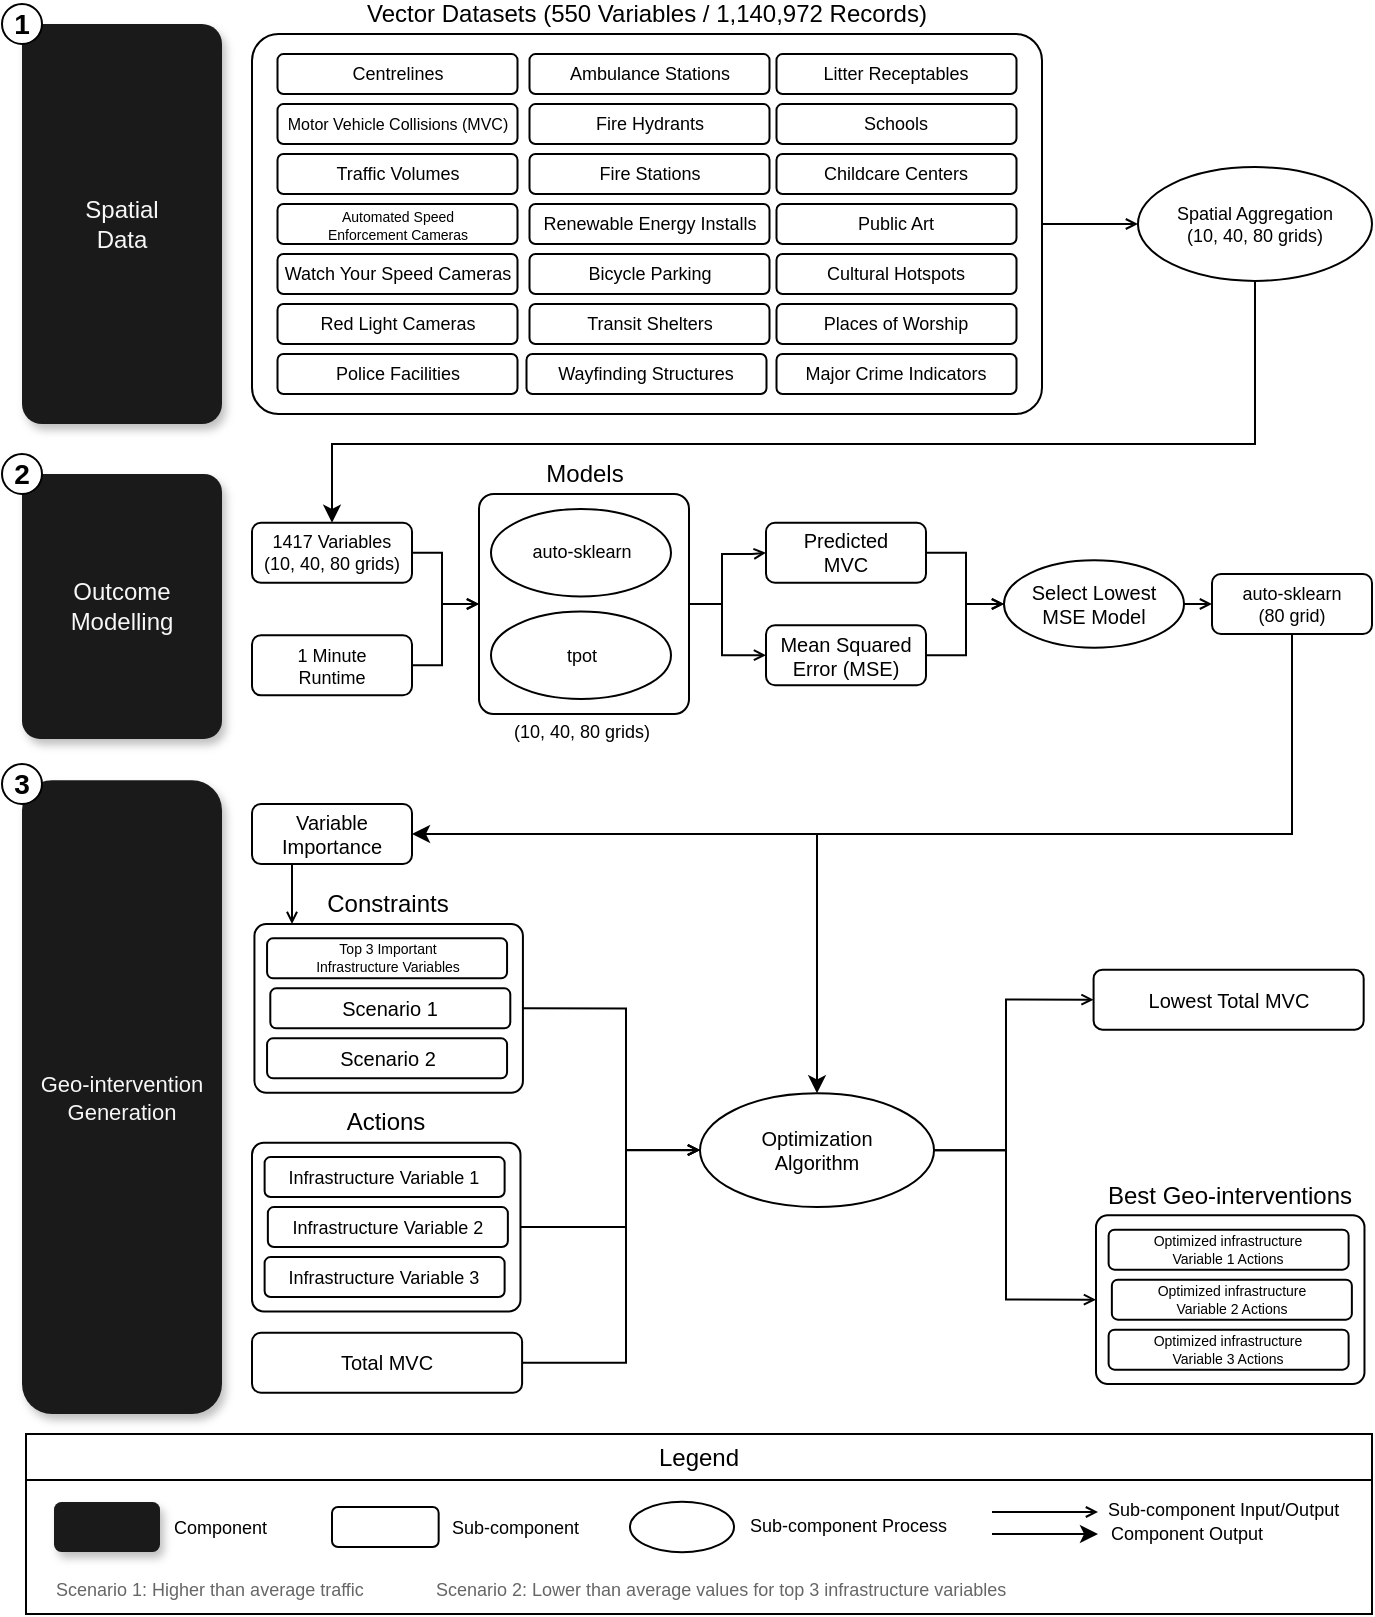
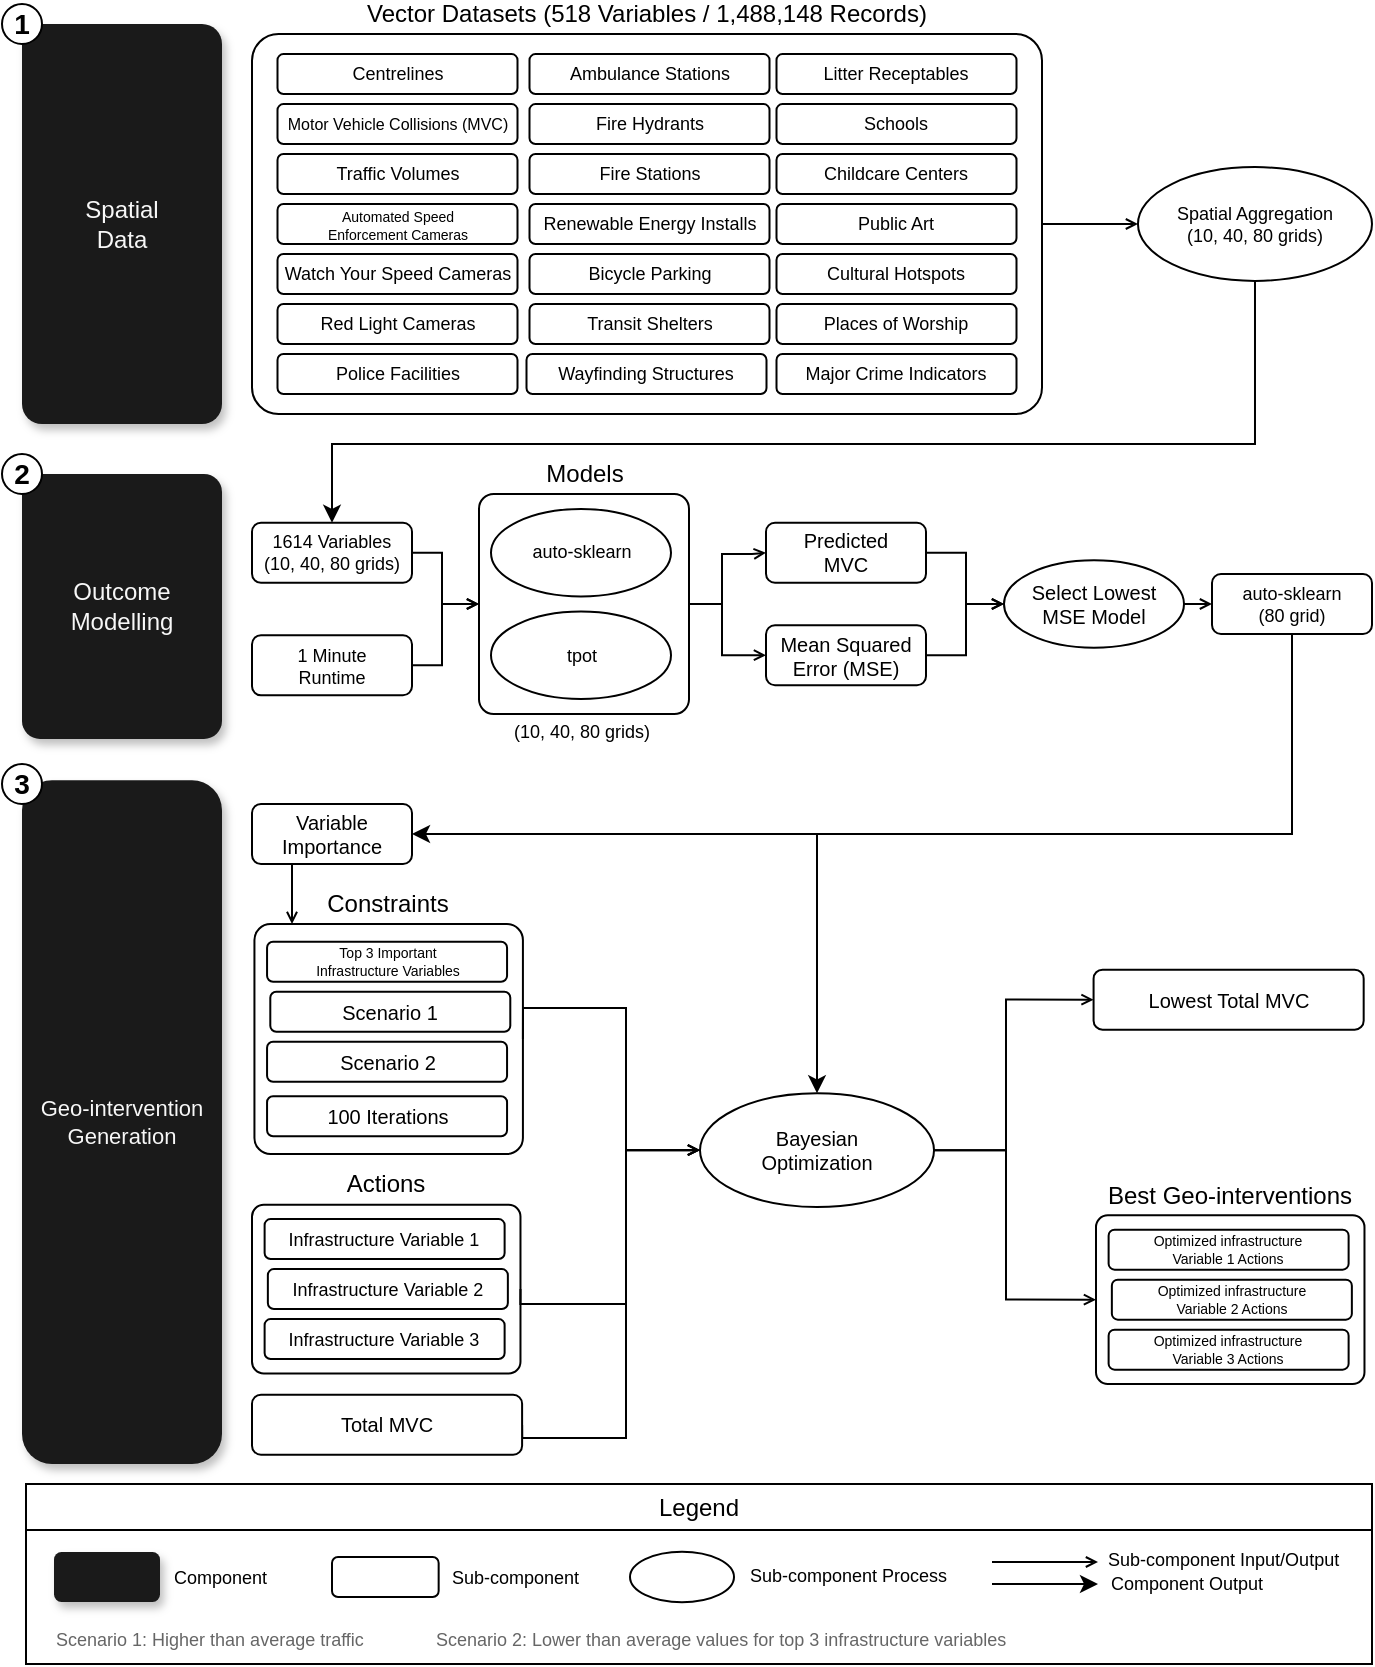
<mxfile host="Electron" agent="Mozilla/5.0 (Macintosh; Intel Mac OS X 10_15_7) AppleWebKit/537.36 (KHTML, like Gecko) draw.io/25.0.2 Chrome/128.0.6613.186 Electron/32.2.5 Safari/537.36" version="25.0.2">
  <diagram name="Page-1" id="8gdRkE0yfgIarTRspHVS">
-     <mxGraphModel dx="1406" dy="940" grid="1" gridSize="5" guides="1" tooltips="1" connect="1" arrows="1" fold="1" page="1" pageScale="1" pageWidth="700" pageHeight="825" math="1" shadow="0">
+     <mxGraphModel dx="2074" dy="1154" grid="1" gridSize="5" guides="1" tooltips="1" connect="1" arrows="1" fold="1" page="1" pageScale="1" pageWidth="700" pageHeight="850" math="1" shadow="0">
      <root>
        <mxCell id="0" />
        <mxCell id="1" parent="0" />
        <mxCell id="H4vYK6OcZFrmIF_h3pnX-27" value="Models" style="rounded=1;whiteSpace=wrap;html=1;glass=0;fillColor=none;verticalAlign=top;spacing=0;spacingTop=-22;align=center;fontColor=#000000;strokeColor=#000000;spacingRight=0;spacingLeft=0;arcSize=7;" vertex="1" parent="1">
          <mxGeometry x="246.5" y="255" width="105" height="110" as="geometry" />
        </mxCell>
-         <mxCell id="zVcd5So7Ncbx6f7flit7-27" value="1417 Variables&lt;div&gt;(10, 40, 80 grids)&lt;/div&gt;" style="rounded=1;whiteSpace=wrap;html=1;fontSize=9;" parent="1" vertex="1">
+         <mxCell id="zVcd5So7Ncbx6f7flit7-27" value="1614 Variables&lt;div&gt;(10, 40, 80 grids)&lt;/div&gt;" style="rounded=1;whiteSpace=wrap;html=1;fontSize=9;" parent="1" vertex="1">
          <mxGeometry x="133" y="269.38" width="80" height="30" as="geometry" />
        </mxCell>
        <mxCell id="zVcd5So7Ncbx6f7flit7-28" value="1 Minute&lt;div&gt;Runtime&lt;/div&gt;" style="rounded=1;whiteSpace=wrap;html=1;strokeColor=#000000;fontColor=#000000;fontSize=9;" parent="1" vertex="1">
          <mxGeometry x="133" y="325.62" width="80" height="30" as="geometry" />
        </mxCell>
        <mxCell id="zVcd5So7Ncbx6f7flit7-45" style="edgeStyle=orthogonalEdgeStyle;rounded=0;orthogonalLoop=1;jettySize=auto;html=1;entryX=0;entryY=0.5;entryDx=0;entryDy=0;endArrow=open;endFill=0;endSize=4;startSize=4;exitX=1;exitY=0.5;exitDx=0;exitDy=0;" parent="1" source="H4vYK6OcZFrmIF_h3pnX-27" target="zVcd5So7Ncbx6f7flit7-31" edge="1">
          <mxGeometry relative="1" as="geometry">
            <Array as="points">
              <mxPoint x="368" y="310" />
              <mxPoint x="368" y="285" />
              <mxPoint x="383" y="285" />
            </Array>
          </mxGeometry>
        </mxCell>
        <mxCell id="Uf6OMud8qKE22yOZLW_d-1" style="edgeStyle=orthogonalEdgeStyle;rounded=0;orthogonalLoop=1;jettySize=auto;html=1;entryX=0;entryY=0.5;entryDx=0;entryDy=0;endArrow=open;endFill=0;endSize=4;startSize=4;exitX=1;exitY=0.5;exitDx=0;exitDy=0;" parent="1" source="H4vYK6OcZFrmIF_h3pnX-27" target="zVcd5So7Ncbx6f7flit7-46" edge="1">
          <mxGeometry relative="1" as="geometry">
            <Array as="points">
              <mxPoint x="368" y="310" />
              <mxPoint x="368" y="336" />
            </Array>
          </mxGeometry>
        </mxCell>
        <mxCell id="zVcd5So7Ncbx6f7flit7-30" value="auto-sklearn" style="ellipse;whiteSpace=wrap;html=1;fontColor=#000000;strokeColor=#000000;fontSize=9;" parent="1" vertex="1">
          <mxGeometry x="252.5" y="262.51" width="90" height="43.75" as="geometry" />
        </mxCell>
        <mxCell id="zVcd5So7Ncbx6f7flit7-49" style="edgeStyle=orthogonalEdgeStyle;rounded=0;orthogonalLoop=1;jettySize=auto;html=1;entryX=0;entryY=0.5;entryDx=0;entryDy=0;endArrow=open;endFill=0;endSize=4;startSize=4;" parent="1" source="zVcd5So7Ncbx6f7flit7-31" target="zVcd5So7Ncbx6f7flit7-33" edge="1">
          <mxGeometry relative="1" as="geometry" />
        </mxCell>
        <mxCell id="H4vYK6OcZFrmIF_h3pnX-34" value="Constraints" style="rounded=1;whiteSpace=wrap;html=1;glass=0;fillColor=none;verticalAlign=top;spacing=0;spacingTop=-22;align=center;fontColor=#000000;strokeColor=#000000;spacingRight=0;spacingLeft=0;arcSize=7;labelBackgroundColor=none;" vertex="1" parent="1">
-           <mxGeometry x="134.22" y="470" width="134.24" height="84.36" as="geometry" />
+           <mxGeometry x="134.22" y="470" width="134.24" height="115" as="geometry" />
        </mxCell>
        <mxCell id="zVcd5So7Ncbx6f7flit7-31" value="Predicted&lt;div&gt;MVC&lt;/div&gt;" style="rounded=1;whiteSpace=wrap;html=1;fontSize=10;" parent="1" vertex="1">
          <mxGeometry x="390" y="269.38" width="80" height="30" as="geometry" />
        </mxCell>
        <mxCell id="zVcd5So7Ncbx6f7flit7-33" value="Select Lowest&lt;div&gt;MSE Model&lt;/div&gt;" style="ellipse;whiteSpace=wrap;html=1;fontColor=#000000;strokeColor=#000000;fontSize=10;" parent="1" vertex="1">
          <mxGeometry x="509" y="288.12" width="90" height="43.75" as="geometry" />
        </mxCell>
-         <mxCell id="zVcd5So7Ncbx6f7flit7-8" value="Vector Datasets (550 Variables / 1,140,972 Records)" style="rounded=1;whiteSpace=wrap;html=1;glass=0;fillColor=none;verticalAlign=top;spacing=0;spacingTop=-22;align=center;fontColor=#000000;strokeColor=#000000;spacingRight=0;spacingLeft=0;arcSize=7;" parent="1" vertex="1">
+         <mxCell id="zVcd5So7Ncbx6f7flit7-8" value="Vector Datasets (518 Variables / 1,488,148 Records)" style="rounded=1;whiteSpace=wrap;html=1;glass=0;fillColor=none;verticalAlign=top;spacing=0;spacingTop=-22;align=center;fontColor=#000000;strokeColor=#000000;spacingRight=0;spacingLeft=0;arcSize=7;" parent="1" vertex="1">
          <mxGeometry x="133" y="25" width="395" height="190" as="geometry" />
        </mxCell>
        <mxCell id="zVcd5So7Ncbx6f7flit7-48" style="edgeStyle=orthogonalEdgeStyle;rounded=0;orthogonalLoop=1;jettySize=auto;html=1;entryX=0.5;entryY=0;entryDx=0;entryDy=0;fontColor=#000000;exitX=0.5;exitY=1;exitDx=0;exitDy=0;" parent="1" source="zVcd5So7Ncbx6f7flit7-22" target="zVcd5So7Ncbx6f7flit7-27" edge="1">
          <mxGeometry relative="1" as="geometry">
            <Array as="points">
              <mxPoint x="635" y="230" />
              <mxPoint x="173" y="230" />
            </Array>
          </mxGeometry>
        </mxCell>
        <mxCell id="zVcd5So7Ncbx6f7flit7-22" value="Spatial Aggregation&lt;div&gt;(10, 40, 80 grids)&lt;/div&gt;" style="ellipse;whiteSpace=wrap;html=1;fontColor=#000000;strokeColor=#000000;fontSize=9;aspect=fixed;" parent="1" vertex="1">
          <mxGeometry x="575.99" y="91.56" width="117.01" height="56.88" as="geometry" />
        </mxCell>
        <mxCell id="zVcd5So7Ncbx6f7flit7-25" style="edgeStyle=orthogonalEdgeStyle;rounded=0;orthogonalLoop=1;jettySize=auto;html=1;entryX=0;entryY=0.5;entryDx=0;entryDy=0;fontColor=#000000;strokeColor=#000000;endArrow=open;endFill=0;endSize=4;startSize=4;" parent="1" source="zVcd5So7Ncbx6f7flit7-8" target="zVcd5So7Ncbx6f7flit7-22" edge="1">
          <mxGeometry relative="1" as="geometry" />
        </mxCell>
        <mxCell id="zVcd5So7Ncbx6f7flit7-46" value="Mean Squared Error (MSE)" style="rounded=1;whiteSpace=wrap;html=1;fontSize=10;fontColor=#000000;strokeColor=#000000;" parent="1" vertex="1">
          <mxGeometry x="390" y="320.62" width="80" height="30" as="geometry" />
        </mxCell>
        <mxCell id="zVcd5So7Ncbx6f7flit7-59" style="edgeStyle=orthogonalEdgeStyle;rounded=0;orthogonalLoop=1;jettySize=auto;html=1;entryX=0.5;entryY=0;entryDx=0;entryDy=0;endArrow=classic;endFill=1;" parent="1" source="zVcd5So7Ncbx6f7flit7-47" target="zVcd5So7Ncbx6f7flit7-55" edge="1">
          <mxGeometry relative="1" as="geometry">
            <Array as="points">
              <mxPoint x="653" y="425" />
              <mxPoint x="415" y="425" />
            </Array>
          </mxGeometry>
        </mxCell>
        <mxCell id="zVcd5So7Ncbx6f7flit7-64" style="edgeStyle=orthogonalEdgeStyle;rounded=0;orthogonalLoop=1;jettySize=auto;html=1;entryX=1;entryY=0.5;entryDx=0;entryDy=0;strokeColor=#000000;endArrow=classic;endFill=1;" parent="1" source="zVcd5So7Ncbx6f7flit7-47" target="zVcd5So7Ncbx6f7flit7-54" edge="1">
          <mxGeometry relative="1" as="geometry">
            <Array as="points">
              <mxPoint x="653" y="425" />
            </Array>
          </mxGeometry>
        </mxCell>
        <mxCell id="zVcd5So7Ncbx6f7flit7-47" value="auto-sklearn&lt;div&gt;(80 grid)&lt;/div&gt;" style="rounded=1;whiteSpace=wrap;html=1;fontSize=9;" parent="1" vertex="1">
          <mxGeometry x="613" y="295" width="80" height="30" as="geometry" />
        </mxCell>
        <mxCell id="zVcd5So7Ncbx6f7flit7-50" style="edgeStyle=orthogonalEdgeStyle;rounded=0;orthogonalLoop=1;jettySize=auto;html=1;entryX=0;entryY=0.5;entryDx=0;entryDy=0;strokeColor=#000000;endArrow=open;endFill=0;endSize=4;startSize=4;fontColor=#000000;" parent="1" source="zVcd5So7Ncbx6f7flit7-46" target="zVcd5So7Ncbx6f7flit7-33" edge="1">
          <mxGeometry relative="1" as="geometry" />
        </mxCell>
        <mxCell id="zVcd5So7Ncbx6f7flit7-60" style="edgeStyle=orthogonalEdgeStyle;rounded=0;orthogonalLoop=1;jettySize=auto;html=1;endArrow=open;endFill=0;endSize=4;startSize=4;exitX=1;exitY=0.5;exitDx=0;exitDy=0;entryX=0;entryY=0.5;entryDx=0;entryDy=0;" parent="1" source="H4vYK6OcZFrmIF_h3pnX-57" target="zVcd5So7Ncbx6f7flit7-55" edge="1">
          <mxGeometry relative="1" as="geometry">
            <mxPoint x="285.24" y="619.1" as="sourcePoint" />
            <mxPoint x="410" y="610" as="targetPoint" />
            <Array as="points">
-               <mxPoint x="320" y="622" />
+               <mxPoint x="320" y="660" />
              <mxPoint x="320" y="583" />
-               <mxPoint x="357" y="583" />
            </Array>
          </mxGeometry>
        </mxCell>
        <mxCell id="zVcd5So7Ncbx6f7flit7-62" style="edgeStyle=orthogonalEdgeStyle;rounded=0;orthogonalLoop=1;jettySize=auto;html=1;entryX=0;entryY=0.5;entryDx=0;entryDy=0;endArrow=open;endFill=0;endSize=4;startSize=4;exitX=1;exitY=0.5;exitDx=0;exitDy=0;" parent="1" source="H4vYK6OcZFrmIF_h3pnX-34" target="zVcd5So7Ncbx6f7flit7-55" edge="1">
          <mxGeometry relative="1" as="geometry">
            <Array as="points">
              <mxPoint x="320" y="512" />
              <mxPoint x="320" y="583" />
              <mxPoint x="357" y="583" />
            </Array>
          </mxGeometry>
        </mxCell>
        <mxCell id="zVcd5So7Ncbx6f7flit7-63" style="edgeStyle=orthogonalEdgeStyle;rounded=0;orthogonalLoop=1;jettySize=auto;html=1;fontColor=#000000;strokeColor=#000000;endArrow=open;endFill=0;endSize=4;startSize=4;exitX=0.25;exitY=1;exitDx=0;exitDy=0;" parent="1" source="zVcd5So7Ncbx6f7flit7-54" edge="1">
          <mxGeometry relative="1" as="geometry">
            <mxPoint x="155" y="450" as="sourcePoint" />
            <mxPoint x="153" y="470" as="targetPoint" />
            <Array as="points">
              <mxPoint x="153" y="470" />
            </Array>
          </mxGeometry>
        </mxCell>
        <mxCell id="zVcd5So7Ncbx6f7flit7-54" value="&lt;div&gt;Variable Importance&lt;/div&gt;" style="rounded=1;whiteSpace=wrap;html=1;strokeColor=#000000;fontColor=#000000;fontSize=10;" parent="1" vertex="1">
          <mxGeometry x="133" y="410" width="80" height="30" as="geometry" />
        </mxCell>
        <mxCell id="zVcd5So7Ncbx6f7flit7-66" style="edgeStyle=orthogonalEdgeStyle;rounded=0;orthogonalLoop=1;jettySize=auto;html=1;entryX=0;entryY=0.5;entryDx=0;entryDy=0;endArrow=open;endFill=0;endSize=4;startSize=4;exitX=1;exitY=0.5;exitDx=0;exitDy=0;" parent="1" source="zVcd5So7Ncbx6f7flit7-55" target="H4vYK6OcZFrmIF_h3pnX-66" edge="1">
          <mxGeometry relative="1" as="geometry">
            <mxPoint x="559" y="515" as="targetPoint" />
            <Array as="points">
              <mxPoint x="510" y="583" />
              <mxPoint x="510" y="508" />
            </Array>
          </mxGeometry>
        </mxCell>
        <mxCell id="zVcd5So7Ncbx6f7flit7-67" style="edgeStyle=orthogonalEdgeStyle;rounded=0;orthogonalLoop=1;jettySize=auto;html=1;entryX=0;entryY=0.5;entryDx=0;entryDy=0;endArrow=open;endFill=0;endSize=4;startSize=4;exitX=1;exitY=0.5;exitDx=0;exitDy=0;" parent="1" source="zVcd5So7Ncbx6f7flit7-55" target="H4vYK6OcZFrmIF_h3pnX-62" edge="1">
          <mxGeometry relative="1" as="geometry">
            <mxPoint x="559" y="625.96" as="targetPoint" />
            <Array as="points">
              <mxPoint x="510" y="583" />
              <mxPoint x="510" y="658" />
            </Array>
          </mxGeometry>
        </mxCell>
-         <mxCell id="zVcd5So7Ncbx6f7flit7-55" value="Optimization&lt;div&gt;Algorithm&lt;/div&gt;" style="ellipse;whiteSpace=wrap;html=1;fontColor=#000000;strokeColor=#000000;fontSize=10;" parent="1" vertex="1">
+         <mxCell id="zVcd5So7Ncbx6f7flit7-55" value="Bayesian&lt;div&gt;Optimization&lt;/div&gt;" style="ellipse;whiteSpace=wrap;html=1;fontColor=#000000;strokeColor=#000000;fontSize=10;" parent="1" vertex="1">
          <mxGeometry x="357" y="554.66" width="117.01" height="56.88" as="geometry" />
        </mxCell>
        <mxCell id="zVcd5So7Ncbx6f7flit7-65" style="edgeStyle=orthogonalEdgeStyle;rounded=0;orthogonalLoop=1;jettySize=auto;html=1;entryX=0;entryY=0.5;entryDx=0;entryDy=0;endArrow=open;endFill=0;endSize=4;startSize=4;exitX=1;exitY=0.5;exitDx=0;exitDy=0;" parent="1" source="H4vYK6OcZFrmIF_h3pnX-61" target="zVcd5So7Ncbx6f7flit7-55" edge="1">
          <mxGeometry relative="1" as="geometry">
            <mxPoint x="297.07000000000005" y="683.46" as="sourcePoint" />
            <Array as="points">
-               <mxPoint x="320" y="689" />
+               <mxPoint x="320" y="727" />
              <mxPoint x="320" y="583" />
            </Array>
          </mxGeometry>
        </mxCell>
        <mxCell id="zVcd5So7Ncbx6f7flit7-68" value="Spatial&lt;div&gt;Data&lt;/div&gt;" style="rounded=1;whiteSpace=wrap;html=1;fillColor=#1A1A1A;strokeColor=none;shadow=1;fontColor=#F7F7F7;arcSize=10;" parent="1" vertex="1">
          <mxGeometry x="18" y="20" width="100" height="200" as="geometry" />
        </mxCell>
        <mxCell id="zVcd5So7Ncbx6f7flit7-69" value="Outcome&lt;div&gt;Modelling&lt;/div&gt;" style="rounded=1;whiteSpace=wrap;html=1;fillColor=#1A1A1A;strokeColor=none;shadow=1;fontColor=#F7F7F7;arcSize=9;" parent="1" vertex="1">
          <mxGeometry x="18" y="245" width="100" height="132.49" as="geometry" />
        </mxCell>
        <mxCell id="zVcd5So7Ncbx6f7flit7-70" value="1" style="ellipse;whiteSpace=wrap;html=1;aspect=fixed;fontStyle=1;fontSize=14;strokeWidth=1;" parent="1" vertex="1">
          <mxGeometry x="8" y="10" width="20" height="20" as="geometry" />
        </mxCell>
        <mxCell id="zVcd5So7Ncbx6f7flit7-71" value="2" style="ellipse;whiteSpace=wrap;html=1;aspect=fixed;fontStyle=1;fontSize=14;strokeWidth=1;" parent="1" vertex="1">
          <mxGeometry x="8" y="235" width="20" height="20" as="geometry" />
        </mxCell>
        <mxCell id="zVcd5So7Ncbx6f7flit7-72" value="Geo-intervention&lt;div&gt;Generation&lt;/div&gt;" style="rounded=1;whiteSpace=wrap;html=1;fillColor=#1A1A1A;strokeColor=none;shadow=1;fontColor=#F7F7F7;rotation=0;fontSize=11;" parent="1" vertex="1">
-           <mxGeometry x="18" y="398.13" width="100" height="316.87" as="geometry" />
+           <mxGeometry x="18" y="398.13" width="100" height="341.87" as="geometry" />
        </mxCell>
        <mxCell id="zVcd5So7Ncbx6f7flit7-73" value="3" style="ellipse;whiteSpace=wrap;html=1;aspect=fixed;fontStyle=1;fontSize=14;strokeWidth=1;" parent="1" vertex="1">
          <mxGeometry x="8" y="390" width="20" height="20" as="geometry" />
        </mxCell>
        <mxCell id="zVcd5So7Ncbx6f7flit7-83" value="" style="rounded=0;whiteSpace=wrap;html=1;" parent="1" vertex="1">
-           <mxGeometry x="20" y="745" width="673" height="70" as="geometry" />
+           <mxGeometry x="20" y="770" width="673" height="70" as="geometry" />
        </mxCell>
        <mxCell id="zVcd5So7Ncbx6f7flit7-108" value="Legend" style="rounded=0;whiteSpace=wrap;html=1;" parent="1" vertex="1">
-           <mxGeometry x="20" y="725" width="673" height="23" as="geometry" />
+           <mxGeometry x="20" y="750" width="673" height="23" as="geometry" />
        </mxCell>
        <mxCell id="H4vYK6OcZFrmIF_h3pnX-1" value="Centrelines" style="rounded=1;whiteSpace=wrap;html=1;fontSize=9;" vertex="1" parent="1">
          <mxGeometry x="145.75" y="35.040000000000006" width="120" height="20" as="geometry" />
        </mxCell>
        <mxCell id="H4vYK6OcZFrmIF_h3pnX-2" value="Motor Vehicle Collisions (MVC)" style="rounded=1;whiteSpace=wrap;html=1;fontSize=8;" vertex="1" parent="1">
          <mxGeometry x="145.75" y="60.03999999999999" width="120" height="20" as="geometry" />
        </mxCell>
        <mxCell id="H4vYK6OcZFrmIF_h3pnX-3" value="Ambulance Stations" style="rounded=1;whiteSpace=wrap;html=1;fontSize=9;" vertex="1" parent="1">
          <mxGeometry x="271.75" y="35.040000000000006" width="120" height="20" as="geometry" />
        </mxCell>
        <mxCell id="H4vYK6OcZFrmIF_h3pnX-4" value="Fire Hydrants" style="rounded=1;whiteSpace=wrap;html=1;fontSize=9;" vertex="1" parent="1">
          <mxGeometry x="271.75" y="60.03999999999999" width="120" height="20" as="geometry" />
        </mxCell>
        <mxCell id="H4vYK6OcZFrmIF_h3pnX-5" value="Litter Receptables" style="rounded=1;whiteSpace=wrap;html=1;fontSize=9;" vertex="1" parent="1">
          <mxGeometry x="395.25" y="35.040000000000006" width="120" height="20" as="geometry" />
        </mxCell>
        <mxCell id="H4vYK6OcZFrmIF_h3pnX-6" value="Schools" style="rounded=1;whiteSpace=wrap;html=1;fontSize=9;" vertex="1" parent="1">
          <mxGeometry x="395.25" y="60.03999999999999" width="120" height="20" as="geometry" />
        </mxCell>
        <mxCell id="H4vYK6OcZFrmIF_h3pnX-7" value="Traffic Volumes" style="rounded=1;whiteSpace=wrap;html=1;fontSize=9;" vertex="1" parent="1">
          <mxGeometry x="145.75" y="84.98" width="120" height="20" as="geometry" />
        </mxCell>
        <mxCell id="H4vYK6OcZFrmIF_h3pnX-8" value="Fire Stations" style="rounded=1;whiteSpace=wrap;html=1;fontSize=9;" vertex="1" parent="1">
          <mxGeometry x="271.75" y="84.98" width="120" height="20" as="geometry" />
        </mxCell>
        <mxCell id="H4vYK6OcZFrmIF_h3pnX-9" value="Childcare Centers" style="rounded=1;whiteSpace=wrap;html=1;fontSize=9;" vertex="1" parent="1">
          <mxGeometry x="395.25" y="84.98" width="120" height="20" as="geometry" />
        </mxCell>
        <mxCell id="H4vYK6OcZFrmIF_h3pnX-12" value="&lt;span style=&quot;font-size: 7px;&quot;&gt;Automated Speed&lt;/span&gt;&lt;div style=&quot;font-size: 7px;&quot;&gt;Enforcement Cameras&lt;/div&gt;" style="rounded=1;whiteSpace=wrap;html=1;fontSize=9;" vertex="1" parent="1">
          <mxGeometry x="145.75" y="109.98" width="120" height="20" as="geometry" />
        </mxCell>
        <mxCell id="H4vYK6OcZFrmIF_h3pnX-13" value="Watch Your Speed Cameras" style="rounded=1;whiteSpace=wrap;html=1;fontSize=9;" vertex="1" parent="1">
          <mxGeometry x="145.75" y="134.98" width="120" height="20" as="geometry" />
        </mxCell>
        <mxCell id="H4vYK6OcZFrmIF_h3pnX-14" value="Red Light Cameras" style="rounded=1;whiteSpace=wrap;html=1;fontSize=9;" vertex="1" parent="1">
          <mxGeometry x="145.75" y="159.98" width="120" height="20" as="geometry" />
        </mxCell>
        <mxCell id="H4vYK6OcZFrmIF_h3pnX-15" value="Police Facilities" style="rounded=1;whiteSpace=wrap;html=1;fontSize=9;" vertex="1" parent="1">
          <mxGeometry x="145.75" y="184.98" width="120" height="20" as="geometry" />
        </mxCell>
        <mxCell id="H4vYK6OcZFrmIF_h3pnX-16" value="Renewable Energy Installs" style="rounded=1;whiteSpace=wrap;html=1;fontSize=9;" vertex="1" parent="1">
          <mxGeometry x="271.75" y="109.98" width="120" height="20" as="geometry" />
        </mxCell>
        <mxCell id="H4vYK6OcZFrmIF_h3pnX-17" value="Bicycle Parking" style="rounded=1;whiteSpace=wrap;html=1;fontSize=9;" vertex="1" parent="1">
          <mxGeometry x="271.75" y="134.98" width="120" height="20" as="geometry" />
        </mxCell>
        <mxCell id="H4vYK6OcZFrmIF_h3pnX-18" value="Transit Shelters" style="rounded=1;whiteSpace=wrap;html=1;fontSize=9;" vertex="1" parent="1">
          <mxGeometry x="271.75" y="159.98" width="120" height="20" as="geometry" />
        </mxCell>
        <mxCell id="H4vYK6OcZFrmIF_h3pnX-19" value="Wayfinding Structures" style="rounded=1;whiteSpace=wrap;html=1;fontSize=9;" vertex="1" parent="1">
          <mxGeometry x="270.25" y="184.98" width="120" height="20" as="geometry" />
        </mxCell>
        <mxCell id="H4vYK6OcZFrmIF_h3pnX-20" value="Public Art" style="rounded=1;whiteSpace=wrap;html=1;fontSize=9;" vertex="1" parent="1">
          <mxGeometry x="395.25" y="109.99000000000001" width="120" height="20" as="geometry" />
        </mxCell>
        <mxCell id="H4vYK6OcZFrmIF_h3pnX-21" value="Cultural Hotspots" style="rounded=1;whiteSpace=wrap;html=1;fontSize=9;" vertex="1" parent="1">
          <mxGeometry x="395.25" y="134.98" width="120" height="20" as="geometry" />
        </mxCell>
        <mxCell id="H4vYK6OcZFrmIF_h3pnX-22" value="Places of Worship" style="rounded=1;whiteSpace=wrap;html=1;fontSize=9;" vertex="1" parent="1">
          <mxGeometry x="395.25" y="159.98" width="120" height="20" as="geometry" />
        </mxCell>
        <mxCell id="H4vYK6OcZFrmIF_h3pnX-23" value="Major Crime Indicators" style="rounded=1;whiteSpace=wrap;html=1;fontSize=9;" vertex="1" parent="1">
          <mxGeometry x="395.25" y="184.98" width="120" height="20" as="geometry" />
        </mxCell>
        <mxCell id="H4vYK6OcZFrmIF_h3pnX-26" value="tpot" style="ellipse;whiteSpace=wrap;html=1;fontColor=#000000;strokeColor=#000000;fontSize=9;" vertex="1" parent="1">
          <mxGeometry x="252.5" y="313.74" width="90" height="43.75" as="geometry" />
        </mxCell>
        <mxCell id="H4vYK6OcZFrmIF_h3pnX-30" style="edgeStyle=orthogonalEdgeStyle;rounded=0;orthogonalLoop=1;jettySize=auto;html=1;entryX=0;entryY=0.5;entryDx=0;entryDy=0;endArrow=open;endFill=0;endSize=4;startSize=4;exitX=1;exitY=0.5;exitDx=0;exitDy=0;" edge="1" parent="1" source="zVcd5So7Ncbx6f7flit7-28" target="H4vYK6OcZFrmIF_h3pnX-27">
          <mxGeometry relative="1" as="geometry">
            <mxPoint x="218" y="485" as="sourcePoint" />
            <mxPoint x="259" y="525" as="targetPoint" />
            <Array as="points">
              <mxPoint x="228" y="341" />
              <mxPoint x="228" y="310" />
            </Array>
          </mxGeometry>
        </mxCell>
        <mxCell id="H4vYK6OcZFrmIF_h3pnX-31" style="edgeStyle=orthogonalEdgeStyle;rounded=0;orthogonalLoop=1;jettySize=auto;html=1;entryX=0;entryY=0.5;entryDx=0;entryDy=0;endArrow=open;endFill=0;endSize=4;startSize=4;exitX=1;exitY=0.5;exitDx=0;exitDy=0;" edge="1" parent="1" source="zVcd5So7Ncbx6f7flit7-27" target="H4vYK6OcZFrmIF_h3pnX-27">
          <mxGeometry relative="1" as="geometry">
            <mxPoint x="218" y="286.02" as="sourcePoint" />
            <mxPoint x="252" y="255.01999999999998" as="targetPoint" />
            <Array as="points">
              <mxPoint x="228" y="284" />
              <mxPoint x="228" y="310" />
            </Array>
          </mxGeometry>
        </mxCell>
        <mxCell id="H4vYK6OcZFrmIF_h3pnX-32" style="edgeStyle=orthogonalEdgeStyle;rounded=0;orthogonalLoop=1;jettySize=auto;html=1;entryX=0;entryY=0.5;entryDx=0;entryDy=0;strokeColor=#000000;endArrow=open;endFill=0;endSize=4;startSize=4;fontColor=#000000;exitX=1;exitY=0.5;exitDx=0;exitDy=0;" edge="1" parent="1" source="zVcd5So7Ncbx6f7flit7-33" target="zVcd5So7Ncbx6f7flit7-47">
          <mxGeometry relative="1" as="geometry">
            <mxPoint x="468" y="341" as="sourcePoint" />
            <mxPoint x="508" y="315" as="targetPoint" />
          </mxGeometry>
        </mxCell>
        <mxCell id="H4vYK6OcZFrmIF_h3pnX-33" value="(10, 40, 80 grids)" style="text;html=1;align=center;verticalAlign=middle;whiteSpace=wrap;rounded=0;fontSize=9;" vertex="1" parent="1">
          <mxGeometry x="244.75" y="361" width="105.5" height="25" as="geometry" />
        </mxCell>
        <mxCell id="H4vYK6OcZFrmIF_h3pnX-48" value="&lt;font&gt;Scenario 1: Higher than average traffic&lt;/font&gt;" style="text;html=1;align=left;verticalAlign=middle;whiteSpace=wrap;rounded=0;fontSize=9;fontColor=#666666;" vertex="1" parent="1">
-           <mxGeometry x="33" y="795" width="160" height="15" as="geometry" />
+           <mxGeometry x="33" y="820" width="160" height="15" as="geometry" />
        </mxCell>
        <mxCell id="H4vYK6OcZFrmIF_h3pnX-49" value="&lt;font&gt;Scenario 2: Lower than average values for top 3 infrastructure variables&lt;/font&gt;" style="text;html=1;align=left;verticalAlign=middle;whiteSpace=wrap;rounded=0;fontSize=9;fontColor=#666666;" vertex="1" parent="1">
-           <mxGeometry x="223.25" y="795" width="309.75" height="15" as="geometry" />
+           <mxGeometry x="223.25" y="820" width="309.75" height="15" as="geometry" />
        </mxCell>
        <mxCell id="H4vYK6OcZFrmIF_h3pnX-50" value="" style="group" vertex="1" connectable="0" parent="1">
-           <mxGeometry x="503" y="764" width="53" height="11" as="geometry" />
+           <mxGeometry x="503" y="789" width="53" height="11" as="geometry" />
        </mxCell>
        <mxCell id="zVcd5So7Ncbx6f7flit7-89" style="edgeStyle=orthogonalEdgeStyle;rounded=0;orthogonalLoop=1;jettySize=auto;html=1;endArrow=open;endFill=0;endSize=4;startSize=4;" parent="H4vYK6OcZFrmIF_h3pnX-50" edge="1">
          <mxGeometry relative="1" as="geometry">
            <mxPoint as="sourcePoint" />
            <mxPoint x="53" as="targetPoint" />
          </mxGeometry>
        </mxCell>
        <mxCell id="zVcd5So7Ncbx6f7flit7-90" value="Sub-component Input/Output" style="edgeLabel;html=1;align=left;verticalAlign=middle;resizable=0;points=[];fontSize=9;" parent="zVcd5So7Ncbx6f7flit7-89" vertex="1" connectable="0">
          <mxGeometry x="0.24" y="-3" relative="1" as="geometry">
            <mxPoint x="23" y="-4" as="offset" />
          </mxGeometry>
        </mxCell>
        <mxCell id="zVcd5So7Ncbx6f7flit7-97" style="rounded=0;orthogonalLoop=1;jettySize=auto;html=1;" parent="H4vYK6OcZFrmIF_h3pnX-50" edge="1">
          <mxGeometry relative="1" as="geometry">
            <mxPoint y="11" as="sourcePoint" />
            <mxPoint x="53" y="11" as="targetPoint" />
          </mxGeometry>
        </mxCell>
        <mxCell id="zVcd5So7Ncbx6f7flit7-98" value="Component Output" style="edgeLabel;html=1;align=center;verticalAlign=middle;resizable=0;points=[];fontSize=9;" parent="zVcd5So7Ncbx6f7flit7-97" vertex="1" connectable="0">
          <mxGeometry x="0.1282" y="-2" relative="1" as="geometry">
            <mxPoint x="67" y="-2" as="offset" />
          </mxGeometry>
        </mxCell>
        <mxCell id="zVcd5So7Ncbx6f7flit7-93" value="" style="rounded=1;whiteSpace=wrap;html=1;fillColor=#1A1A1A;strokeColor=none;shadow=1;fontColor=#F7F7F7;rotation=0;fontSize=11;" parent="1" vertex="1">
-           <mxGeometry x="34" y="759" width="53" height="25" as="geometry" />
+           <mxGeometry x="34" y="784" width="53" height="25" as="geometry" />
        </mxCell>
        <mxCell id="zVcd5So7Ncbx6f7flit7-94" value="Component" style="text;html=1;align=left;verticalAlign=middle;whiteSpace=wrap;rounded=0;fontSize=9;" parent="1" vertex="1">
-           <mxGeometry x="92" y="766.5" width="115" height="10" as="geometry" />
+           <mxGeometry x="92" y="791.5" width="115" height="10" as="geometry" />
        </mxCell>
        <mxCell id="zVcd5So7Ncbx6f7flit7-105" value="" style="group" parent="1" vertex="1" connectable="0">
-           <mxGeometry x="298" y="758.85" width="173" height="25.29000000000002" as="geometry" />
+           <mxGeometry x="298" y="783.85" width="173" height="25.29000000000002" as="geometry" />
        </mxCell>
        <mxCell id="zVcd5So7Ncbx6f7flit7-103" value="" style="ellipse;whiteSpace=wrap;html=1;fontColor=#000000;strokeColor=#000000;fontSize=12;aspect=fixed;" parent="zVcd5So7Ncbx6f7flit7-105" vertex="1">
          <mxGeometry x="24" width="52" height="25.29" as="geometry" />
        </mxCell>
        <mxCell id="zVcd5So7Ncbx6f7flit7-104" value="Sub-component Process" style="text;html=1;align=left;verticalAlign=middle;whiteSpace=wrap;rounded=0;fontSize=9;" parent="zVcd5So7Ncbx6f7flit7-105" vertex="1">
          <mxGeometry x="82" y="7.639999999999986" width="115" height="10" as="geometry" />
        </mxCell>
        <mxCell id="H4vYK6OcZFrmIF_h3pnX-51" value="" style="group" vertex="1" connectable="0" parent="1">
-           <mxGeometry x="173" y="761.5" width="173" height="20" as="geometry" />
+           <mxGeometry x="173" y="786.5" width="173" height="20" as="geometry" />
        </mxCell>
        <mxCell id="zVcd5So7Ncbx6f7flit7-91" value="Sub-component" style="text;html=1;align=left;verticalAlign=middle;whiteSpace=wrap;rounded=0;fontSize=9;" parent="H4vYK6OcZFrmIF_h3pnX-51" vertex="1">
          <mxGeometry x="58" y="5" width="115" height="10" as="geometry" />
        </mxCell>
        <mxCell id="zVcd5So7Ncbx6f7flit7-84" value="" style="rounded=1;whiteSpace=wrap;html=1;fontSize=9;align=left;spacing=0;spacingLeft=60;aspect=fixed;" parent="H4vYK6OcZFrmIF_h3pnX-51" vertex="1">
          <mxGeometry width="53.33" height="20" as="geometry" />
        </mxCell>
        <mxCell id="H4vYK6OcZFrmIF_h3pnX-52" value="&lt;span&gt;Top 3 Important&lt;/span&gt;&lt;div&gt;&lt;span&gt;Infrastructure Variables&lt;/span&gt;&lt;/div&gt;" style="rounded=1;whiteSpace=wrap;html=1;fontSize=7;" vertex="1" parent="1">
-           <mxGeometry x="140.53" y="477.18" width="120" height="20" as="geometry" />
+           <mxGeometry x="140.53" y="478.91" width="120" height="20" as="geometry" />
        </mxCell>
        <mxCell id="H4vYK6OcZFrmIF_h3pnX-54" value="&lt;span&gt;Scenario 1&lt;/span&gt;" style="rounded=1;whiteSpace=wrap;html=1;fontSize=10;" vertex="1" parent="1">
-           <mxGeometry x="142.15" y="502.18" width="120" height="20" as="geometry" />
+           <mxGeometry x="142.15" y="503.91" width="120" height="20" as="geometry" />
        </mxCell>
        <mxCell id="H4vYK6OcZFrmIF_h3pnX-55" value="&lt;span&gt;Scenario 2&lt;/span&gt;" style="rounded=1;whiteSpace=wrap;html=1;fontSize=10;" vertex="1" parent="1">
-           <mxGeometry x="140.53" y="527.1800000000001" width="120" height="20" as="geometry" />
+           <mxGeometry x="140.53" y="528.9100000000001" width="120" height="20" as="geometry" />
        </mxCell>
        <mxCell id="H4vYK6OcZFrmIF_h3pnX-57" value="Actions" style="rounded=1;whiteSpace=wrap;html=1;glass=0;fillColor=none;verticalAlign=top;spacing=0;spacingTop=-22;align=center;fontColor=#000000;strokeColor=#000000;spacingRight=0;spacingLeft=0;arcSize=7;labelBackgroundColor=none;" vertex="1" parent="1">
-           <mxGeometry x="133" y="579.36" width="134.24" height="84.36" as="geometry" />
+           <mxGeometry x="133" y="610.36" width="134.24" height="84.36" as="geometry" />
        </mxCell>
        <mxCell id="H4vYK6OcZFrmIF_h3pnX-58" value="Infrastructure Variable 1" style="rounded=1;whiteSpace=wrap;html=1;fontSize=9;" vertex="1" parent="1">
-           <mxGeometry x="139.31" y="586.54" width="120" height="20" as="geometry" />
+           <mxGeometry x="139.31" y="617.54" width="120" height="20" as="geometry" />
        </mxCell>
        <mxCell id="H4vYK6OcZFrmIF_h3pnX-59" value="&lt;span&gt;Infrastructure Variable 2&lt;/span&gt;" style="rounded=1;whiteSpace=wrap;html=1;fontSize=9;" vertex="1" parent="1">
-           <mxGeometry x="140.93" y="611.54" width="120" height="20" as="geometry" />
+           <mxGeometry x="140.93" y="642.54" width="120" height="20" as="geometry" />
        </mxCell>
        <mxCell id="H4vYK6OcZFrmIF_h3pnX-60" value="&lt;span&gt;Infrastructure Variable 3&lt;/span&gt;" style="rounded=1;whiteSpace=wrap;html=1;fontSize=9;" vertex="1" parent="1">
-           <mxGeometry x="139.31" y="636.5400000000001" width="120" height="20" as="geometry" />
+           <mxGeometry x="139.31" y="667.5400000000001" width="120" height="20" as="geometry" />
        </mxCell>
        <mxCell id="H4vYK6OcZFrmIF_h3pnX-61" value="Total MVC" style="rounded=1;whiteSpace=wrap;html=1;fontSize=10;" vertex="1" parent="1">
-           <mxGeometry x="133" y="674.36" width="135.05" height="30" as="geometry" />
+           <mxGeometry x="133" y="705.36" width="135.05" height="30" as="geometry" />
        </mxCell>
        <mxCell id="H4vYK6OcZFrmIF_h3pnX-62" value="Best Geo-interventions" style="rounded=1;whiteSpace=wrap;html=1;glass=0;fillColor=none;verticalAlign=top;spacing=0;spacingTop=-22;align=center;fontColor=#000000;strokeColor=#000000;spacingRight=0;spacingLeft=0;arcSize=7;labelBackgroundColor=none;" vertex="1" parent="1">
          <mxGeometry x="555" y="615.64" width="134.24" height="84.36" as="geometry" />
        </mxCell>
        <mxCell id="H4vYK6OcZFrmIF_h3pnX-63" value="Optimized infrastructure&lt;div&gt;Variable 1 Actions&lt;/div&gt;" style="rounded=1;whiteSpace=wrap;html=1;fontSize=7;" vertex="1" parent="1">
          <mxGeometry x="561.31" y="622.8199999999999" width="120" height="20" as="geometry" />
        </mxCell>
        <mxCell id="H4vYK6OcZFrmIF_h3pnX-64" value="Optimized infrastructure&lt;div&gt;Variable 2 Actions&lt;/div&gt;" style="rounded=1;whiteSpace=wrap;html=1;fontSize=7;" vertex="1" parent="1">
          <mxGeometry x="562.9300000000001" y="647.8199999999999" width="120" height="20" as="geometry" />
        </mxCell>
        <mxCell id="H4vYK6OcZFrmIF_h3pnX-65" value="Optimized infrastructure&lt;div&gt;Variable 3 Actions&lt;/div&gt;" style="rounded=1;whiteSpace=wrap;html=1;fontSize=7;" vertex="1" parent="1">
          <mxGeometry x="561.31" y="672.82" width="120" height="20" as="geometry" />
        </mxCell>
        <mxCell id="H4vYK6OcZFrmIF_h3pnX-66" value="Lowest Total MVC" style="rounded=1;whiteSpace=wrap;html=1;fontSize=10;" vertex="1" parent="1">
          <mxGeometry x="553.79" y="492.82000000000005" width="135.05" height="30" as="geometry" />
+         </mxCell>
+         <mxCell id="H4vYK6OcZFrmIF_h3pnX-69" value="&lt;span&gt;100 Iterations&lt;/span&gt;" style="rounded=1;whiteSpace=wrap;html=1;fontSize=10;" vertex="1" parent="1">
+           <mxGeometry x="140.53" y="556.09" width="120" height="20" as="geometry" />
        </mxCell>
      </root>
    </mxGraphModel>
  </diagram>
</mxfile>
